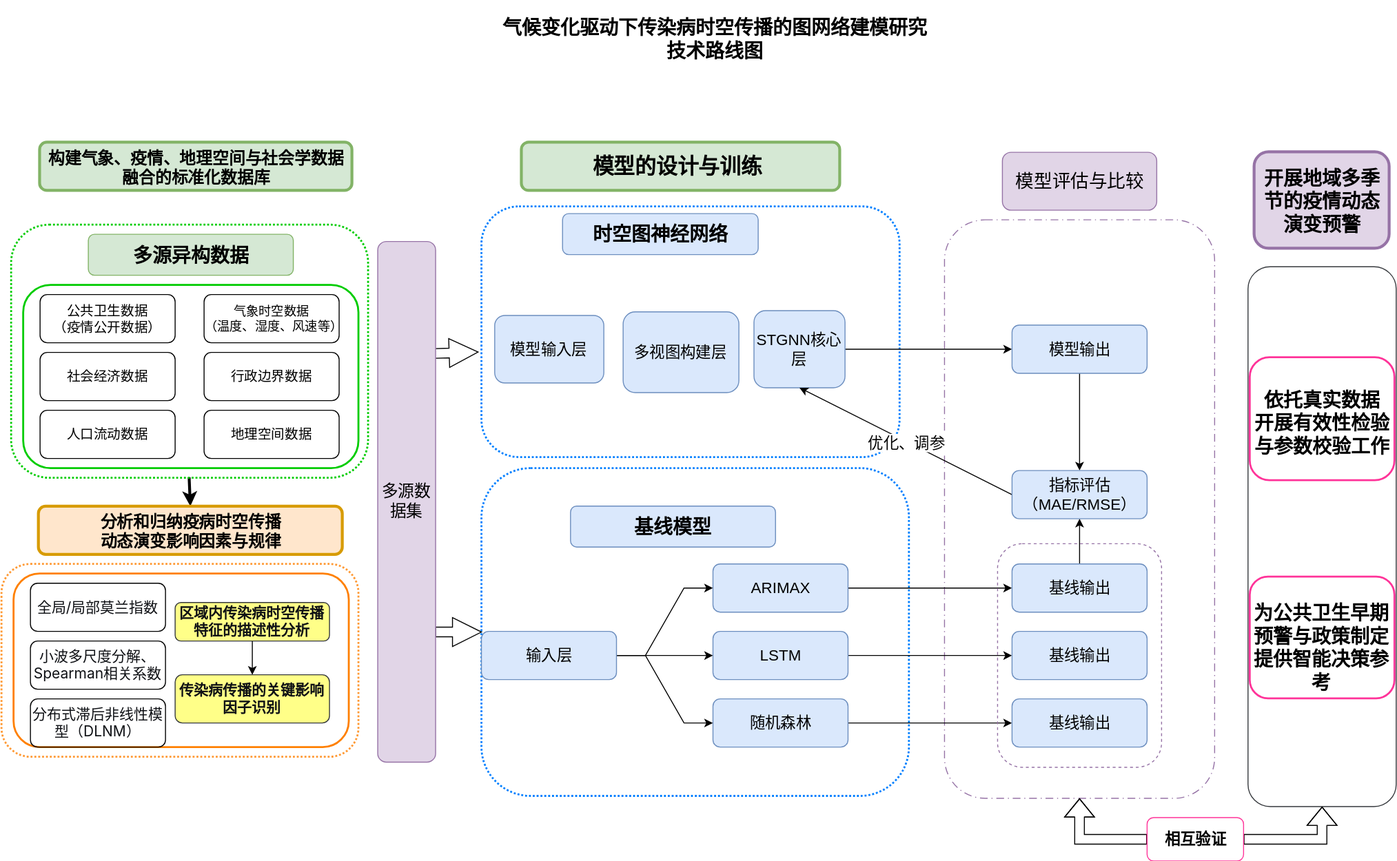
Before: 技术路线图.drawio.svg, a diagram exported from draw.io (jyi-hub/DLEP). Source tidied: cells renumbered, new cells last; positions are measured from the earlier drawing's top-left corner, leaving out a move shared by most shapes.
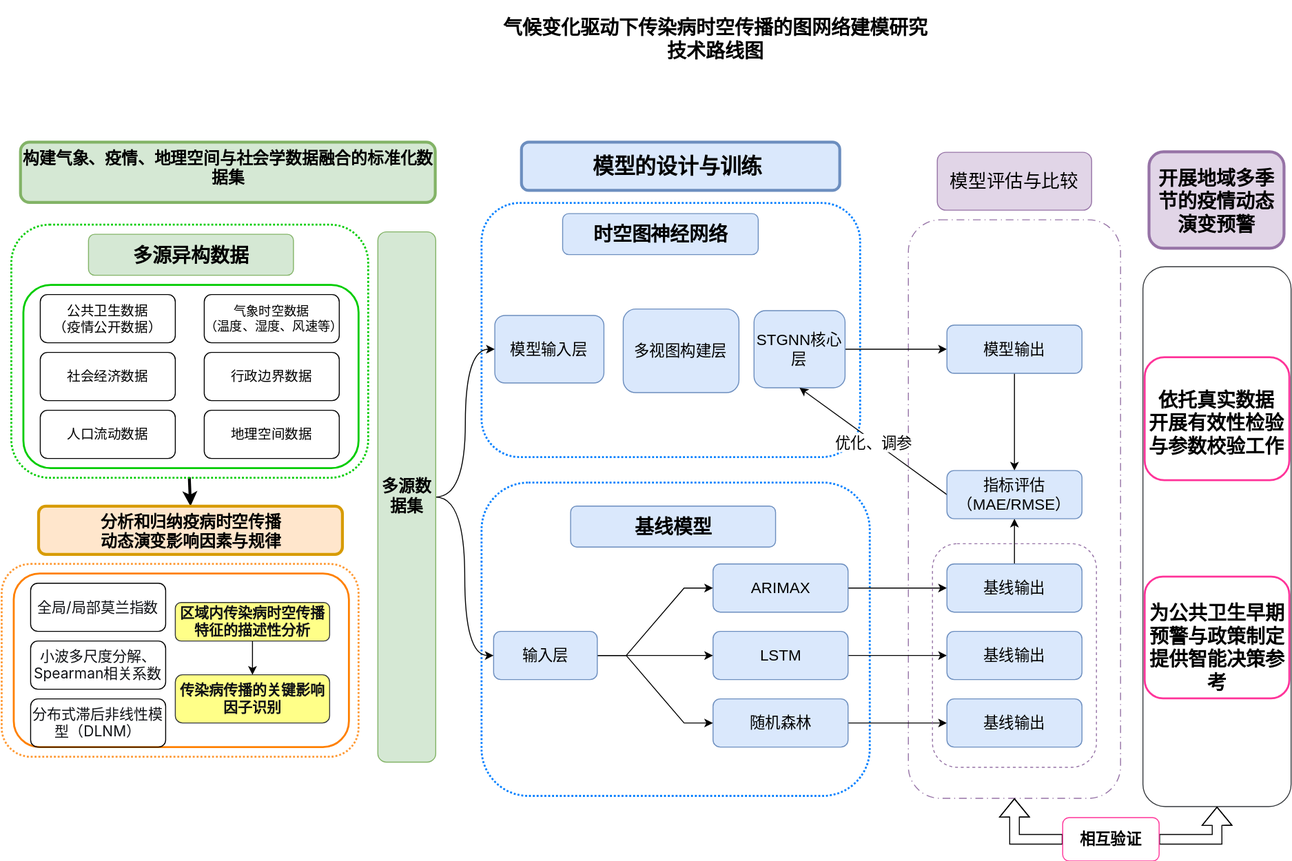
The same file after the commit.

Commit message:
更新技术路线图.drawio.svg

Change to the diagram source:
```diff
@@ -3,13 +3,13 @@
     <mxCell id="0" />
     <mxCell id="1" parent="0" />
     <mxCell id="2" value="&lt;div&gt;&lt;br&gt;&lt;span style=&quot;font-size:10.5pt;mso-bidi-font-size:12.0pt;&amp;lt;br/&amp;gt;font-family:宋体;mso-ascii-font-family:&amp;quot;Times New Roman&amp;quot;;mso-hansi-font-family:&amp;lt;br/&amp;gt;&amp;quot;Times New Roman&amp;quot;;mso-bidi-font-family:&amp;quot;Times New Roman&amp;quot;;mso-font-kerning:1.0pt;&amp;lt;br/&amp;gt;mso-ansi-language:EN-US;mso-fareast-language:ZH-CN;mso-bidi-language:AR-SA&quot;&gt;&lt;/span&gt;&lt;/div&gt;" style="rounded=1;whiteSpace=wrap;html=1;fillColor=none;strokeColor=#9673a6;dashed=1;dashPattern=8 4 1 4;" parent="1" vertex="1">
-      <mxGeometry x="977.5" y="227.5" width="280" height="600" as="geometry" />
+      <mxGeometry x="940" y="227.5" width="220" height="600" as="geometry" />
     </mxCell>
     <mxCell id="3" style="rounded=1;whiteSpace=wrap;html=1;fillColor=none;dashed=1;dashPattern=1 1;strokeWidth=2;strokeColor=#007FFF;fontSize=16;" parent="1" vertex="1">
-      <mxGeometry x="497.5" y="485" width="443.1" height="340" as="geometry" />
+      <mxGeometry x="497.5" y="500" width="402.5" height="325" as="geometry" />
     </mxCell>
     <mxCell id="4" style="rounded=1;whiteSpace=wrap;html=1;fillColor=none;dashed=1;dashPattern=1 1;strokeWidth=2;strokeColor=#007FFF;" parent="1" vertex="1">
-      <mxGeometry x="497.5" y="213.6" width="433.4" height="260" as="geometry" />
+      <mxGeometry x="497.5" y="210" width="392.5" height="263.6" as="geometry" />
     </mxCell>
     <mxCell id="5" style="rounded=1;whiteSpace=wrap;html=1;fillColor=none;strokeColor=#00CC00;shadow=0;glass=1;strokeWidth=2;" parent="1" vertex="1">
       <mxGeometry x="22.5" y="295" width="347.5" height="190" as="geometry" />
@@ -23,14 +23,14 @@
     <mxCell id="8" value="气候变化驱动下传染病时空传播的图网络建模研究&lt;br&gt;技术路线图" style="text;html=1;strokeColor=none;fillColor=none;align=center;verticalAlign=middle;whiteSpace=wrap;rounded=0;fontSize=20;fontStyle=1;" parent="1" vertex="1">
       <mxGeometry x="340" width="800" height="80" as="geometry" />
     </mxCell>
-    <mxCell id="9" value="&lt;font style=&quot;font-size: 17px;&quot; face=&quot;Comic Sans MS&quot;&gt;构建气象、疫情、地理空间与社会学数据融合的标准化数据库&lt;/font&gt;" style="rounded=1;whiteSpace=wrap;html=1;fillColor=#D5E8D4;strokeColor=#82B366;strokeWidth=3;fontSize=14;align=center;verticalAlign=top;fontStyle=1;" parent="1" vertex="1">
-      <mxGeometry x="40" y="147.5" width="323.8" height="50" as="geometry" />
+    <mxCell id="9" value="&lt;font style=&quot;font-size: 17px;&quot; face=&quot;Comic Sans MS&quot;&gt;构建气象、疫情、地理空间与社会学数据融合的标准化数据集&lt;/font&gt;" style="rounded=1;whiteSpace=wrap;html=1;fillColor=#D5E8D4;strokeColor=#82B366;strokeWidth=3;fontSize=14;align=center;verticalAlign=top;fontStyle=1;" parent="1" vertex="1">
+      <mxGeometry x="20" y="147.5" width="430" height="62.5" as="geometry" />
     </mxCell>
     <mxCell id="10" style="rounded=1;whiteSpace=wrap;html=1;fillColor=none;strokeColor=#36393d;fontSize=13;align=center;rotation=90;" parent="1" vertex="1">
-      <mxGeometry x="1088.9" y="479.3" width="560" height="153.6" as="geometry" />
+      <mxGeometry x="980" y="479.3" width="560" height="153.6" as="geometry" />
     </mxCell>
     <mxCell id="11" value="&lt;font style=&quot;font-size: 20px;&quot;&gt;开展地域多季节的疫情动态演变预警&lt;/font&gt;" style="rounded=1;whiteSpace=wrap;html=1;fillColor=#E1D5E7;strokeColor=#9673A6;strokeWidth=3;fontSize=14;align=center;verticalAlign=middle;fontStyle=1;" parent="1" vertex="1">
-      <mxGeometry x="1298.9" y="157.5" width="140" height="100" as="geometry" />
+      <mxGeometry x="1190" y="157.5" width="140" height="100" as="geometry" />
     </mxCell>
     <mxCell id="12" value="&lt;font style=&quot;font-size: 13px;&quot;&gt;气象时空数据&lt;/font&gt;&lt;div&gt;&lt;font style=&quot;font-size: 13px;&quot;&gt;（温度、湿度、风速等）&lt;/font&gt;&lt;/div&gt;" style="rounded=1;whiteSpace=wrap;html=1;fillColor=none;" parent="1" vertex="1">
       <mxGeometry x="210" y="305" width="140" height="50" as="geometry" />
@@ -80,23 +80,23 @@
     <mxCell id="27" value="&lt;span style=&quot;color: rgb(15, 17, 21); font-family: quote-cjk-patch, Inter, system-ui, -apple-system, BlinkMacSystemFont, &amp;quot;Segoe UI&amp;quot;, Roboto, Oxygen, Ubuntu, Cantarell, &amp;quot;Open Sans&amp;quot;, &amp;quot;Helvetica Neue&amp;quot;, sans-serif; font-size: 15px; text-align: start; background-color: rgb(255, 255, 255);&quot;&gt;分布式滞后非线性模型（DLNM）&lt;/span&gt;" style="rounded=1;whiteSpace=wrap;html=1;fillColor=none;" parent="1" vertex="1">
       <mxGeometry x="30" y="724.4" width="140" height="50" as="geometry" />
     </mxCell>
-    <mxCell id="28" value="&lt;div style=&quot;text-align: justify;&quot;&gt;&lt;br&gt;&lt;/div&gt;" style="rounded=1;whiteSpace=wrap;html=1;fillColor=#D5E8D4;strokeColor=#82B366;strokeWidth=3;fontSize=14;align=center;verticalAlign=top;fontStyle=1;" parent="1" vertex="1">
+    <mxCell id="28" value="&lt;div style=&quot;text-align: justify;&quot;&gt;&lt;br&gt;&lt;/div&gt;" style="rounded=1;whiteSpace=wrap;html=1;fillColor=#dae8fc;strokeColor=#6c8ebf;strokeWidth=3;fontSize=14;align=center;verticalAlign=top;fontStyle=1;" parent="1" vertex="1">
       <mxGeometry x="539.4" y="147.5" width="330" height="50" as="geometry" />
     </mxCell>
     <mxCell id="29" value="&lt;div style=&quot;text-align: justify;&quot;&gt;&lt;font face=&quot;Verdana&quot;&gt;&lt;span style=&quot;font-size: 22px;&quot;&gt;&lt;b&gt;模型的设计与训练&lt;/b&gt;&lt;/span&gt;&lt;/font&gt;&lt;/div&gt;" style="text;html=1;whiteSpace=wrap;strokeColor=none;fillColor=none;align=center;verticalAlign=middle;rounded=0;" parent="1" vertex="1">
       <mxGeometry x="576.3" y="157.5" width="250" height="30" as="geometry" />
     </mxCell>
     <mxCell id="30" value="&lt;span style=&quot;font-size: 20px; font-weight: 700;&quot;&gt;为公共卫生早期预警&lt;/span&gt;&lt;span style=&quot;font-size: 20px; font-weight: 700;&quot;&gt;与政策制定&lt;/span&gt;&lt;div&gt;&lt;span style=&quot;font-size: 20px; font-weight: 700;&quot;&gt;提供智能决策参考&lt;/span&gt;&lt;/div&gt;" style="text;html=1;whiteSpace=wrap;strokeColor=none;fillColor=none;align=center;verticalAlign=middle;rounded=0;" parent="1" vertex="1">
-      <mxGeometry x="1296.4" y="580" width="145" height="182.5" as="geometry" />
+      <mxGeometry x="1187.5" y="580" width="145" height="182.5" as="geometry" />
     </mxCell>
     <mxCell id="31" value="&lt;b&gt;&lt;span style=&quot;font-size: 20px;&quot;&gt;依托真实数据&lt;/span&gt;&lt;br style=&quot;font-size: 20px;&quot;&gt;&lt;span style=&quot;font-size: 20px;&quot;&gt;开展有效性检验&lt;/span&gt;&lt;br style=&quot;font-size: 20px;&quot;&gt;&lt;span style=&quot;font-size: 20px;&quot;&gt;与参数校验工作&lt;/span&gt;&lt;/b&gt;" style="text;html=1;whiteSpace=wrap;strokeColor=none;fillColor=none;align=center;verticalAlign=middle;rounded=0;" parent="1" vertex="1">
-      <mxGeometry x="1293.9" y="397.5" width="150" height="80" as="geometry" />
+      <mxGeometry x="1185" y="397.5" width="150" height="80" as="geometry" />
     </mxCell>
     <mxCell id="32" style="rounded=1;whiteSpace=wrap;html=1;fillColor=none;arcSize=16;strokeColor=#FF3399;strokeWidth=2;" parent="1" vertex="1">
-      <mxGeometry x="1293.9" y="370" width="150" height="127.5" as="geometry" />
+      <mxGeometry x="1185" y="370" width="150" height="127.5" as="geometry" />
     </mxCell>
     <mxCell id="33" style="rounded=1;whiteSpace=wrap;html=1;fillColor=none;strokeColor=#FF3399;strokeWidth=2;" parent="1" vertex="1">
-      <mxGeometry x="1293.9" y="597.5" width="150" height="126.2" as="geometry" />
+      <mxGeometry x="1185" y="597.5" width="150" height="126.2" as="geometry" />
     </mxCell>
     <mxCell id="34" style="edgeStyle=orthogonalEdgeStyle;rounded=0;jettySize=auto;html=1;exitX=0;exitY=0.5;exitDx=0;exitDy=0;entryX=0.5;entryY=1;entryDx=0;entryDy=0;shape=flexArrow;fontSize=16;" parent="1" edge="1" source="36" target="2">
       <mxGeometry relative="1" as="geometry" />
@@ -105,7 +105,7 @@
       <mxGeometry relative="1" as="geometry" />
     </mxCell>
     <mxCell id="36" value="&lt;font style=&quot;font-size: 16px;&quot;&gt;&lt;b&gt;相互验证&lt;/b&gt;&lt;/font&gt;" style="rounded=1;whiteSpace=wrap;html=1;strokeColor=#FF3399;" parent="1" vertex="1">
-      <mxGeometry x="1187.5" y="847.5" width="100" height="45" as="geometry" />
+      <mxGeometry x="1100" y="847.5" width="100" height="45" as="geometry" />
     </mxCell>
     <mxCell id="37" style="edgeStyle=orthogonalEdgeStyle;rounded=0;orthogonalLoop=1;jettySize=auto;html=1;exitX=0.5;exitY=1;exitDx=0;exitDy=0;fontSize=16;" parent="1" edge="1">
       <mxGeometry relative="1" as="geometry">
@@ -120,7 +120,7 @@
       <mxGeometry x="511.3" y="326.7" width="113.1" height="70" as="geometry" />
     </mxCell>
     <mxCell id="40" value="&lt;font&gt;多视图构建层&lt;/font&gt;" style="rounded=1;whiteSpace=wrap;html=1;fillColor=#dae8fc;strokeColor=#6c8ebf;fontSize=16;" parent="1" vertex="1">
-      <mxGeometry x="644.4" y="322.9" width="120" height="83.8" as="geometry" />
+      <mxGeometry x="644.4" y="320" width="120" height="86.7" as="geometry" />
     </mxCell>
     <mxCell id="41" style="edgeStyle=orthogonalEdgeStyle;rounded=0;jettySize=auto;html=1;exitX=1;exitY=0.5;exitDx=0;exitDy=0;entryX=0;entryY=0.5;entryDx=0;entryDy=0;fontSize=16;" parent="1" edge="1" source="42" target="44">
       <mxGeometry relative="1" as="geometry" />
@@ -132,7 +132,7 @@
       <mxGeometry relative="1" as="geometry" />
     </mxCell>
     <mxCell id="44" value="模型输出" style="rounded=1;whiteSpace=wrap;html=1;fillColor=#dae8fc;strokeColor=#6c8ebf;fontSize=16;" parent="1" vertex="1">
-      <mxGeometry x="1047.5" y="336.7" width="140" height="50" as="geometry" />
+      <mxGeometry x="980" y="336.7" width="140" height="50" as="geometry" />
     </mxCell>
     <mxCell id="45" value="&lt;span&gt;&lt;b&gt;&lt;font style=&quot;font-size: 20px;&quot;&gt;基线模型&lt;/font&gt;&lt;/b&gt;&lt;/span&gt;" style="rounded=1;whiteSpace=wrap;html=1;fillColor=#dae8fc;strokeColor=#6c8ebf;fillStyle=auto;fontSize=16;" parent="1" vertex="1">
       <mxGeometry x="589.8" y="524.4" width="212.5" height="42.5" as="geometry" />
@@ -165,27 +165,25 @@
       <mxGeometry relative="1" as="geometry" />
     </mxCell>
     <mxCell id="55" value="输入层" style="rounded=1;whiteSpace=wrap;html=1;fillColor=#dae8fc;strokeColor=#6c8ebf;fontSize=16;" parent="1" vertex="1">
-      <mxGeometry x="497.5" y="654.4" width="140" height="50" as="geometry" />
+      <mxGeometry x="510" y="654.4" width="107.5" height="50" as="geometry" />
     </mxCell>
     <mxCell id="56" style="edgeStyle=orthogonalEdgeStyle;rounded=0;jettySize=auto;html=1;exitX=0.5;exitY=0;exitDx=0;exitDy=0;fontSize=16;" parent="1" edge="1" source="57" target="64">
       <mxGeometry relative="1" as="geometry" />
     </mxCell>
     <mxCell id="57" value="基线输出" style="rounded=1;whiteSpace=wrap;html=1;fillColor=#dae8fc;strokeColor=#6c8ebf;fontSize=16;" parent="1" vertex="1">
-      <mxGeometry x="1047.5" y="584.4" width="140" height="50" as="geometry" />
+      <mxGeometry x="980" y="584.4" width="140" height="50" as="geometry" />
     </mxCell>
     <mxCell id="58" value="&lt;div&gt;&lt;font style=&quot;font-size: 19px;&quot;&gt;&lt;br&gt;&lt;/font&gt;&lt;/div&gt;" style="text;html=1;whiteSpace=wrap;strokeColor=none;fillColor=none;align=center;verticalAlign=middle;rounded=0;" parent="1" vertex="1">
-      <mxGeometry x="1017.5" y="152.5" width="210" height="62.5" as="geometry" />
+      <mxGeometry x="950" y="152.5" width="210" height="62.5" as="geometry" />
     </mxCell>
-    <mxCell id="59" style="edgeStyle=orthogonalEdgeStyle;rounded=0;jettySize=auto;html=1;exitX=1;exitY=0.25;exitDx=0;exitDy=0;entryX=-0.008;entryY=0.581;entryDx=0;entryDy=0;entryPerimeter=0;shape=arrow;" parent="1" edge="1" target="4">
-      <mxGeometry relative="1" as="geometry">
-        <mxPoint x="445" y="366.2" as="sourcePoint" />
-      </mxGeometry>
-    </mxCell>
-    <mxCell id="60" style="edgeStyle=orthogonalEdgeStyle;rounded=0;jettySize=auto;html=1;exitX=1;exitY=0.75;exitDx=0;exitDy=0;shape=arrow;entryX=0;entryY=0.5;entryDx=0;entryDy=0;" parent="1" edge="1" source="61" target="3">
-      <mxGeometry relative="1" as="geometry" />
-    </mxCell>
+    <mxCell id="69" style="rounded=0;jettySize=auto;html=1;exitX=1;exitY=0.5;exitDx=0;exitDy=0;entryX=0;entryY=0.5;entryDx=0;entryDy=0;edgeStyle=orthogonalEdgeStyle;curved=1;" parent="1" edge="1" source="61" target="39">
+      <mxGeometry relative="1" as="geometry" />
+    </mxCell>
+    <mxCell id="70" style="edgeStyle=orthogonalEdgeStyle;rounded=0;jettySize=auto;html=1;exitX=1;exitY=0.5;exitDx=0;exitDy=0;entryX=0;entryY=0.5;entryDx=0;entryDy=0;curved=1;" parent="1" edge="1" source="61" target="55">
+      <mxGeometry relative="1" as="geometry" />
+    </mxCell>
-    <mxCell id="61" value="&lt;font style=&quot;font-size: 17px;&quot;&gt;多源数据集&lt;/font&gt;" style="rounded=1;whiteSpace=wrap;html=1;fillColor=#e1d5e7;strokeColor=#9673a6;" parent="1" vertex="1">
-      <mxGeometry x="390" y="250" width="60" height="540" as="geometry" />
+    <mxCell id="61" value="&lt;font style=&quot;font-size: 17px;&quot;&gt;&lt;b&gt;多源数据集&lt;/b&gt;&lt;/font&gt;" style="rounded=1;whiteSpace=wrap;html=1;fillColor=#d5e8d4;strokeColor=#82b366;" parent="1" vertex="1">
+      <mxGeometry x="390" y="240" width="60" height="550" as="geometry" />
     </mxCell>
     <mxCell id="62" style="rounded=0;jettySize=auto;html=1;exitX=0;exitY=0.5;exitDx=0;exitDy=0;entryX=0.5;entryY=1;entryDx=0;entryDy=0;fontSize=16;" parent="1" edge="1" source="64" target="42">
       <mxGeometry relative="1" as="geometry" />
@@ -194,19 +192,19 @@
       <mxGeometry y="1" relative="1" as="geometry" />
     </mxCell>
     <mxCell id="64" value="指标评估&lt;div&gt;（MAE/RMSE）&lt;/div&gt;" style="rounded=1;whiteSpace=wrap;html=1;fillColor=#dae8fc;strokeColor=#6c8ebf;fontSize=16;" parent="1" vertex="1">
-      <mxGeometry x="1047.5" y="487.5" width="140" height="50" as="geometry" />
+      <mxGeometry x="980" y="487.5" width="140" height="50" as="geometry" />
     </mxCell>
     <mxCell id="65" value="&lt;font style=&quot;font-size: 19px;&quot;&gt;模型评估与比较&lt;/font&gt;" style="rounded=1;whiteSpace=wrap;html=1;fillColor=#e1d5e7;strokeColor=#9673a6;" parent="1" vertex="1">
-      <mxGeometry x="1037.5" y="157.5" width="160" height="60" as="geometry" />
+      <mxGeometry x="970" y="157.5" width="160" height="60" as="geometry" />
     </mxCell>
     <mxCell id="66" value="基线输出" style="rounded=1;whiteSpace=wrap;html=1;fillColor=#dae8fc;strokeColor=#6c8ebf;fontSize=16;" parent="1" vertex="1">
-      <mxGeometry x="1047.5" y="654.4" width="140" height="50" as="geometry" />
+      <mxGeometry x="980" y="654.4" width="140" height="50" as="geometry" />
     </mxCell>
     <mxCell id="67" value="基线输出" style="rounded=1;whiteSpace=wrap;html=1;fillColor=#dae8fc;strokeColor=#6c8ebf;fontSize=16;" parent="1" vertex="1">
-      <mxGeometry x="1047.5" y="724.4" width="140" height="50" as="geometry" />
+      <mxGeometry x="980" y="724.4" width="140" height="50" as="geometry" />
     </mxCell>
     <mxCell id="68" value="&lt;div&gt;&lt;br&gt;&lt;span&gt;&lt;/span&gt;&lt;/div&gt;" style="rounded=1;whiteSpace=wrap;html=1;fillColor=none;strokeColor=#9673a6;dashed=1;fontSize=16;" parent="1" vertex="1">
-      <mxGeometry x="1032.5" y="563.4" width="170" height="231.9" as="geometry" />
+      <mxGeometry x="965" y="563.4" width="170" height="231.9" as="geometry" />
     </mxCell>
   </root>
 </mxGraphModel>
```
